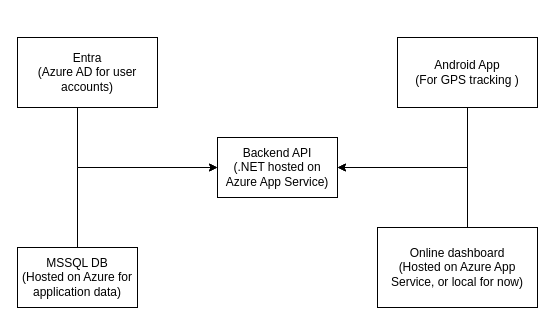
This is Documents/Design/PackageDiagram.drawio from ChrisStuff4Fun/COMP3000, a draw.io file, before an edit. Source tidied: cells renumbered, new cells numbered last; positions are measured from the earlier drawing's top-left corner, leaving out a move shared by most shapes. Both pictures are drawn from the tidied source at 100%, with x=0, y=0 at pixel (17, 37).
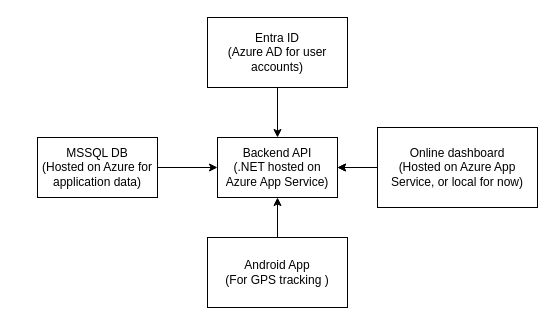
The same page after the edit.

Change to the diagram source:
```diff
@@
 <mxGraphModel>
   <root>
     <mxCell id="0" />
     <mxCell id="1" parent="0" />
-    <mxCell id="2" style="edgeStyle=orthogonalEdgeStyle;rounded=0;jettySize=auto;html=1;entryX=0;entryY=0.5;entryDx=0;entryDy=0;" parent="1" edge="1" source="3" target="10">
-      <mxGeometry relative="1" as="geometry">
-        <Array as="points">
-          <mxPoint x="60" y="130" />
-        </Array>
-      </mxGeometry>
+    <mxCell id="2" style="edgeStyle=orthogonalEdgeStyle;rounded=0;jettySize=auto;html=1;" parent="1" edge="1" source="3" target="10">
+      <mxGeometry relative="1" as="geometry" />
     </mxCell>
-    <mxCell id="3" value="Entra&lt;br&gt;(Azure AD for user accounts)" style="rounded=0;whiteSpace=wrap;html=1;" parent="1" vertex="1">
-      <mxGeometry width="140" height="70" as="geometry" />
+    <mxCell id="3" value="Entra ID&lt;br&gt;(Azure AD for user accounts)" style="rounded=0;whiteSpace=wrap;html=1;" parent="1" vertex="1">
+      <mxGeometry x="190" y="-20" width="140" height="70" as="geometry" />
     </mxCell>
-    <mxCell id="4" style="edgeStyle=orthogonalEdgeStyle;rounded=0;jettySize=auto;html=1;entryX=1;entryY=0.5;entryDx=0;entryDy=0;" parent="1" edge="1" source="5" target="10">
-      <mxGeometry relative="1" as="geometry">
-        <Array as="points">
-          <mxPoint x="450" y="130" />
-        </Array>
-      </mxGeometry>
+    <mxCell id="4" style="edgeStyle=orthogonalEdgeStyle;rounded=0;jettySize=auto;html=1;entryX=1;entryY=0.5;entryDx=0;entryDy=0;" parent="1" edge="1" source="7" target="10">
+      <mxGeometry relative="1" as="geometry" />
     </mxCell>
+    <mxCell id="11" style="edgeStyle=orthogonalEdgeStyle;rounded=0;jettySize=auto;html=1;entryX=0.5;entryY=1;entryDx=0;entryDy=0;" parent="1" edge="1" source="5" target="10">
+      <mxGeometry relative="1" as="geometry" />
+    </mxCell>
     <mxCell id="5" value="&lt;div&gt;Android App&lt;/div&gt;&lt;div&gt;(For GPS tracking )&lt;/div&gt;" style="rounded=0;whiteSpace=wrap;html=1;" parent="1" vertex="1">
-      <mxGeometry x="380" width="140" height="70" as="geometry" />
+      <mxGeometry x="190" y="200" width="140" height="70" as="geometry" />
     </mxCell>
     <mxCell id="6" style="edgeStyle=orthogonalEdgeStyle;rounded=0;jettySize=auto;html=1;entryX=1;entryY=0.5;entryDx=0;entryDy=0;" parent="1" edge="1" source="7" target="10">
       <mxGeometry relative="1" as="geometry">
         <Array as="points">
           <mxPoint x="450" y="130" />
         </Array>
       </mxGeometry>
     </mxCell>
-    <mxCell id="7" value="Online dashboard&lt;br&gt;(Hosted on Azure App Service, or local for now)" style="rounded=0;whiteSpace=wrap;html=1;" parent="1" vertex="1">
-      <mxGeometry x="360" y="190" width="160" height="80" as="geometry" />
-    </mxCell>
     <mxCell id="8" style="edgeStyle=orthogonalEdgeStyle;rounded=0;jettySize=auto;html=1;" parent="1" edge="1" source="9">
       <mxGeometry relative="1" as="geometry">
         <mxPoint x="200" y="130" as="targetPoint" />
         <Array as="points">
           <mxPoint x="60" y="130" />
         </Array>
       </mxGeometry>
     </mxCell>
     <mxCell id="9" value="MSSQL DB&lt;br&gt;(Hosted on Azure for application data)" style="rounded=0;whiteSpace=wrap;html=1;" parent="1" vertex="1">
-      <mxGeometry y="210" width="120" height="60" as="geometry" />
+      <mxGeometry x="20" y="100" width="120" height="60" as="geometry" />
     </mxCell>
     <mxCell id="10" value="&lt;div&gt;Backend API&lt;/div&gt;&lt;div&gt;(.NET hosted on Azure App Service)&lt;/div&gt;" style="rounded=0;whiteSpace=wrap;html=1;" parent="1" vertex="1">
       <mxGeometry x="200" y="100" width="120" height="60" as="geometry" />
     </mxCell>
+    <mxCell id="7" value="Online dashboard&lt;br&gt;(Hosted on Azure App Service, or local for now)" style="rounded=0;whiteSpace=wrap;html=1;" parent="1" vertex="1">
+      <mxGeometry x="360" y="90" width="160" height="80" as="geometry" />
+    </mxCell>
   </root>
 </mxGraphModel>
```
